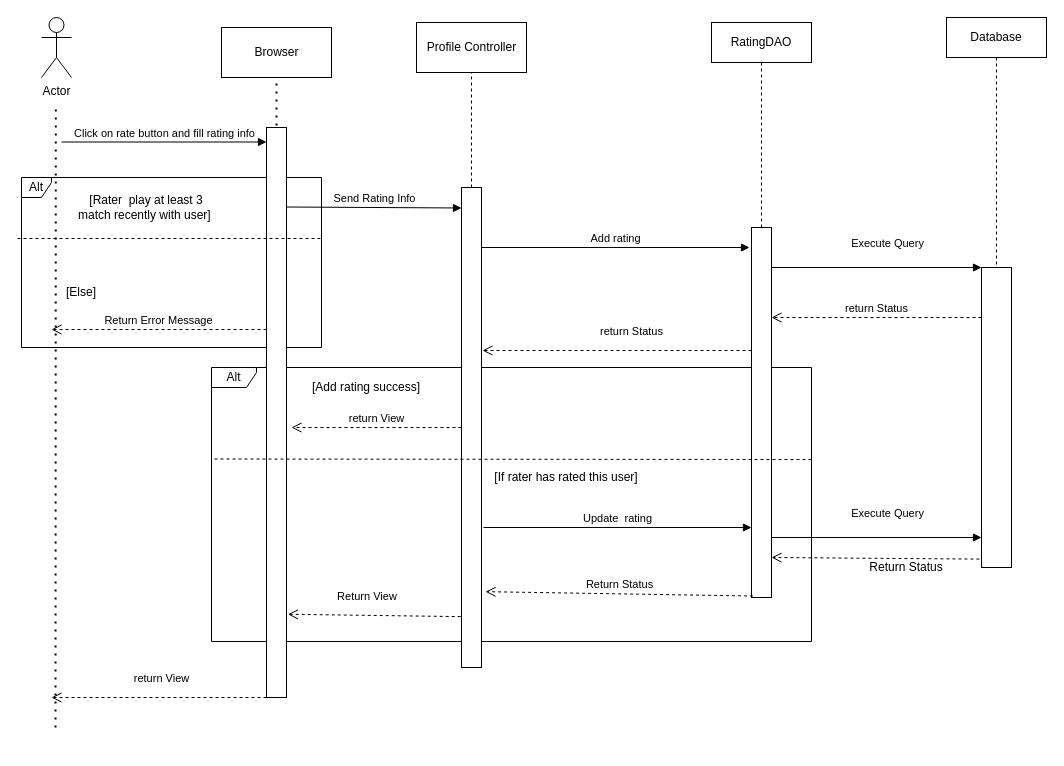
DavidDoanT/Project_DuoLegend keeps this draw.io diagram as Documentation/Diagrams/Sequence-Diagram/Rating-sequence-diagram.drawio. Above is the earlier version. Source tidied: cells renumbered, new cells numbered last; positions are measured from the earlier drawing's top-left corner, leaving out a move shared by most shapes. Both pictures are drawn from the tidied source at 100%, with x=0, y=0 at pixel (17, 17).
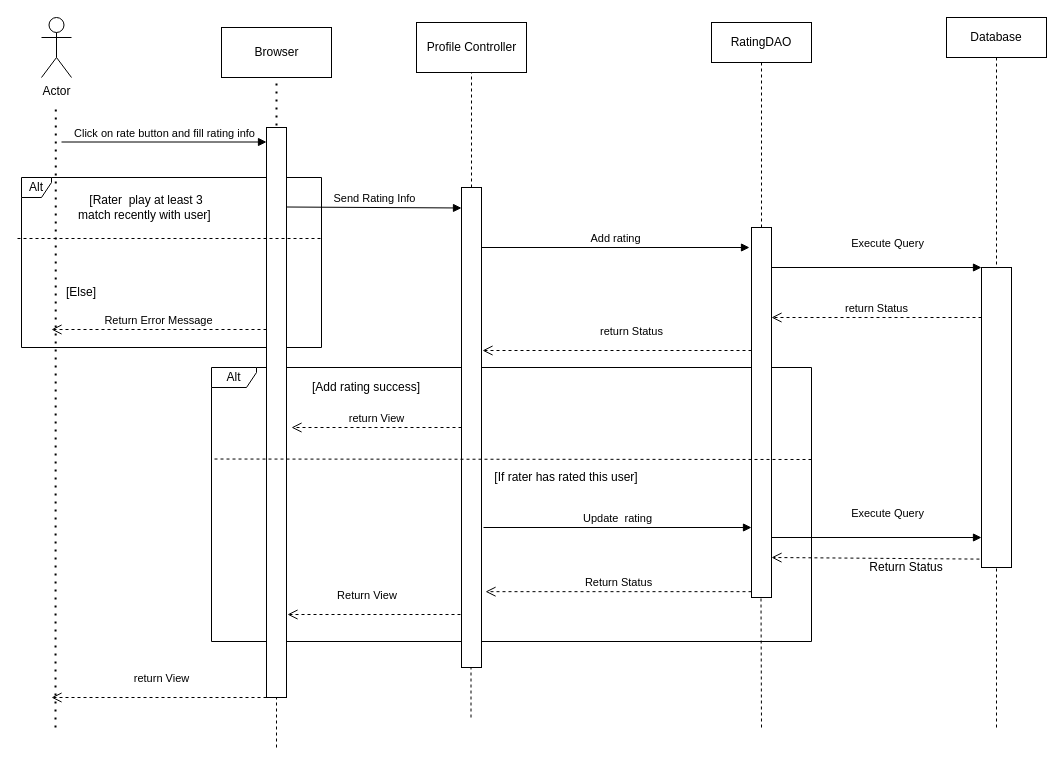
Above is the later version.

Commit message (it also covers changes not shown here):
view profile diagram

The change refers to these unchanged cells:
```xml
<mxCell id="9" style="rounded=0;whiteSpace=wrap;html=1;" parent="1" vertex="1">
  <mxGeometry x="249" y="110" width="20" height="570" as="geometry" />
</mxCell>
<mxCell id="11" style="rounded=0;whiteSpace=wrap;html=1;" parent="1" vertex="1">
  <mxGeometry x="444" y="170" width="20" height="480" as="geometry" />
</mxCell>
<mxCell id="13" style="html=1;points=[];perimeter=orthogonalPerimeter;" parent="1" vertex="1">
  <mxGeometry x="734" y="210" width="20" height="370" as="geometry" />
</mxCell>
<mxCell id="18" style="html=1;points=[];perimeter=orthogonalPerimeter;" parent="1" vertex="1">
  <mxGeometry x="964" y="250" width="30" height="300" as="geometry" />
</mxCell>
```

Diff of the diagram source:
```diff
@@
-    <mxCell id="21" value="Return Status" style="html=1;verticalAlign=bottom;endArrow=open;dashed=1;endSize=8;strokeWidth=1;exitX=0.079;exitY=0.996;exitDx=0;exitDy=0;exitPerimeter=0;entryX=1.2;entryY=0.842;entryDx=0;entryDy=0;entryPerimeter=0;" parent="1" edge="1" source="13" target="11">
+    <mxCell id="21" value="Return Status" style="html=1;verticalAlign=bottom;endArrow=open;dashed=1;endSize=8;strokeWidth=1;entryX=1.2;entryY=0.842;entryDx=0;entryDy=0;entryPerimeter=0;" parent="1" edge="1" source="13" target="11">
       <mxGeometry relative="1" as="geometry" />
     </mxCell>
-    <mxCell id="22" value="Return View&amp;nbsp;" style="html=1;verticalAlign=bottom;endArrow=open;dashed=1;endSize=8;strokeWidth=1;exitX=-0.04;exitY=0.894;exitDx=0;exitDy=0;exitPerimeter=0;entryX=1.07;entryY=0.854;entryDx=0;entryDy=0;entryPerimeter=0;" parent="1" edge="1" source="11" target="9">
-      <mxGeometry x="0.06" y="-10" relative="1" as="geometry" />
+    <mxCell id="22" value="Return View&amp;nbsp;" style="html=1;verticalAlign=bottom;endArrow=open;dashed=1;endSize=8;strokeWidth=1;" parent="1" edge="1">
+      <mxGeometry x="0.06" y="-10" relative="1" as="geometry">
+        <mxPoint x="443" y="597" as="sourcePoint" />
+        <mxPoint x="270" y="597" as="targetPoint" />
+      </mxGeometry>
     </mxCell>
@@
+    <mxCell id="37" style="endArrow=none;dashed=1;html=1;entryX=0.5;entryY=1;entryDx=0;entryDy=0;" parent="1" edge="1" target="9">
+      <mxGeometry relative="1" as="geometry">
+        <mxPoint x="259" y="730" as="sourcePoint" />
+      </mxGeometry>
+    </mxCell>
+    <mxCell id="38" style="endArrow=none;dashed=1;html=1;entryX=0.5;entryY=1;entryDx=0;entryDy=0;" parent="1" edge="1">
+      <mxGeometry relative="1" as="geometry">
+        <mxPoint x="453.5" y="700" as="sourcePoint" />
+        <mxPoint x="453.5" y="650" as="targetPoint" />
+      </mxGeometry>
+    </mxCell>
+    <mxCell id="39" style="endArrow=none;dashed=1;html=1;entryX=0.5;entryY=1;entryDx=0;entryDy=0;" parent="1" edge="1">
+      <mxGeometry relative="1" as="geometry">
+        <mxPoint x="744" y="710" as="sourcePoint" />
+        <mxPoint x="743.5" y="580" as="targetPoint" />
+      </mxGeometry>
+    </mxCell>
+    <mxCell id="40" style="endArrow=none;dashed=1;html=1;" parent="1" edge="1" target="18">
+      <mxGeometry relative="1" as="geometry">
+        <mxPoint x="979" y="710" as="sourcePoint" />
+      </mxGeometry>
+    </mxCell>
```
